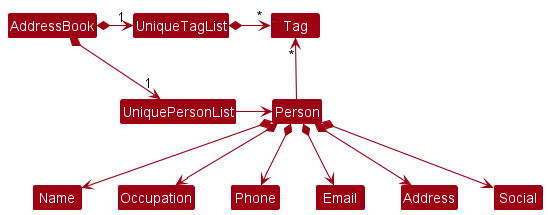
Before: docs/images/BetterModelClassDiagram.png, a diagram exported from PlantUML (nus-cs2103-AY2223S1/tp).
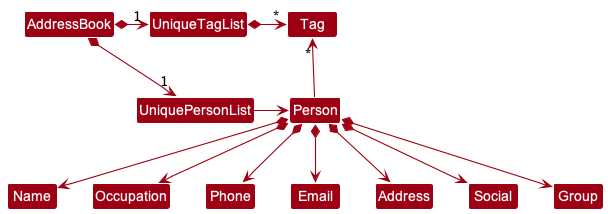
After the commit.

Diff of the diagram source:
```diff
@@ -20,4 +20,5 @@
 Person *--> Email
 Person *--> Address
 Person *--> Social
+Person *--> Group
 @enduml
```
